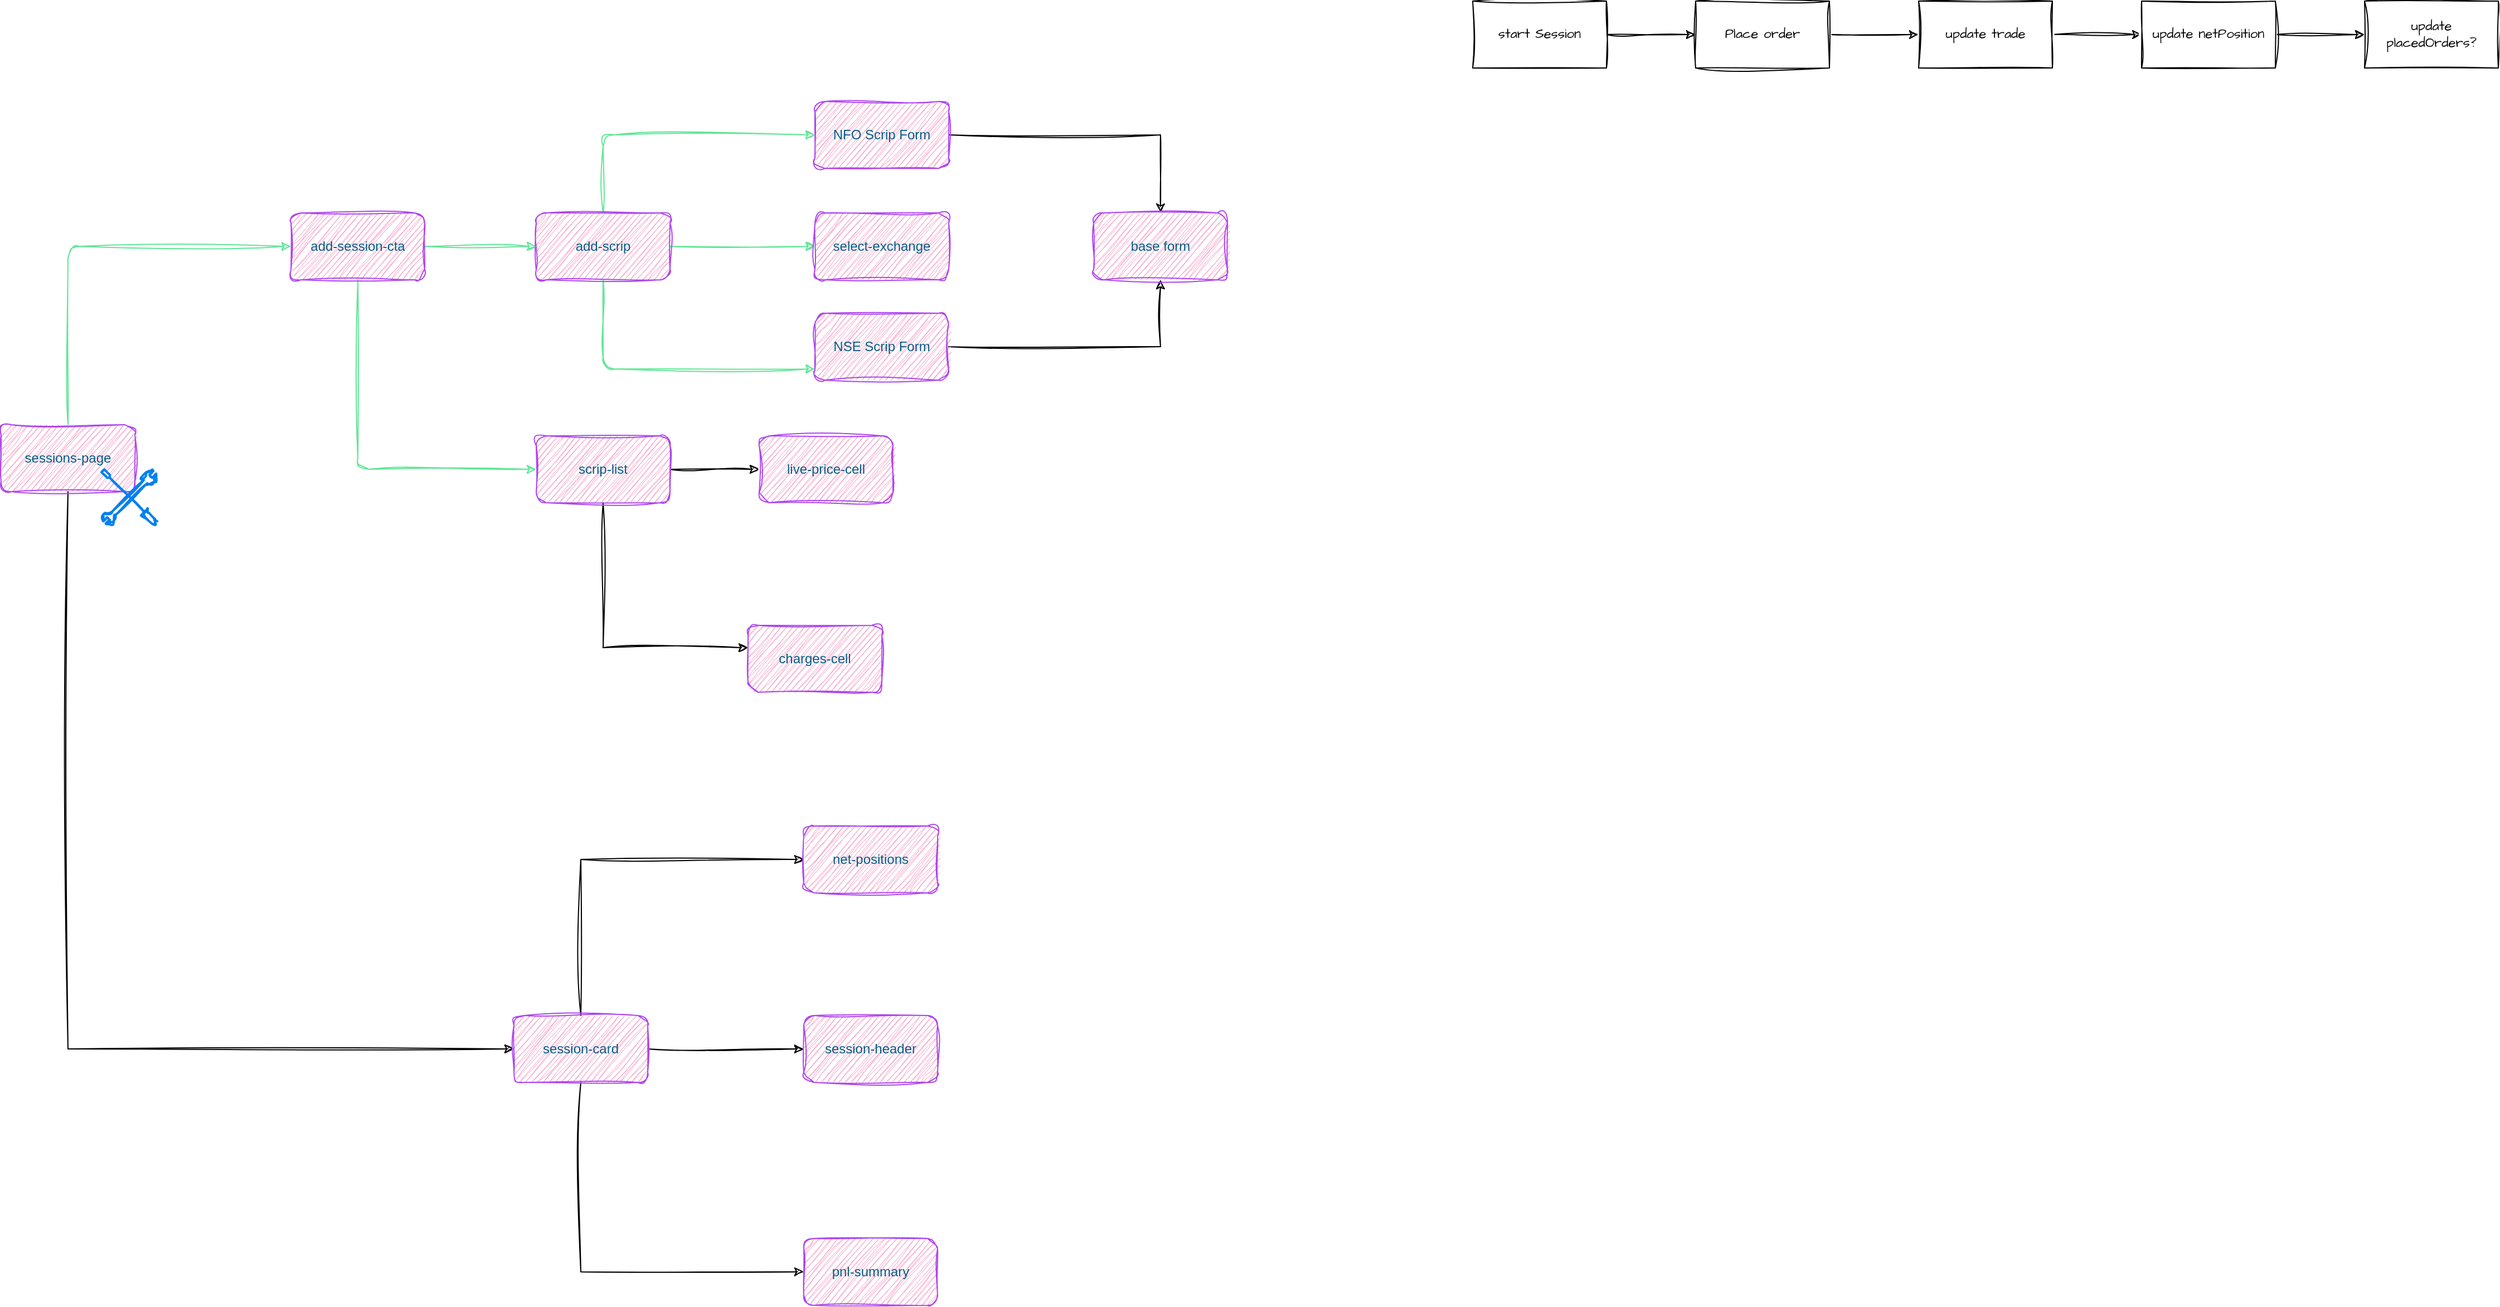
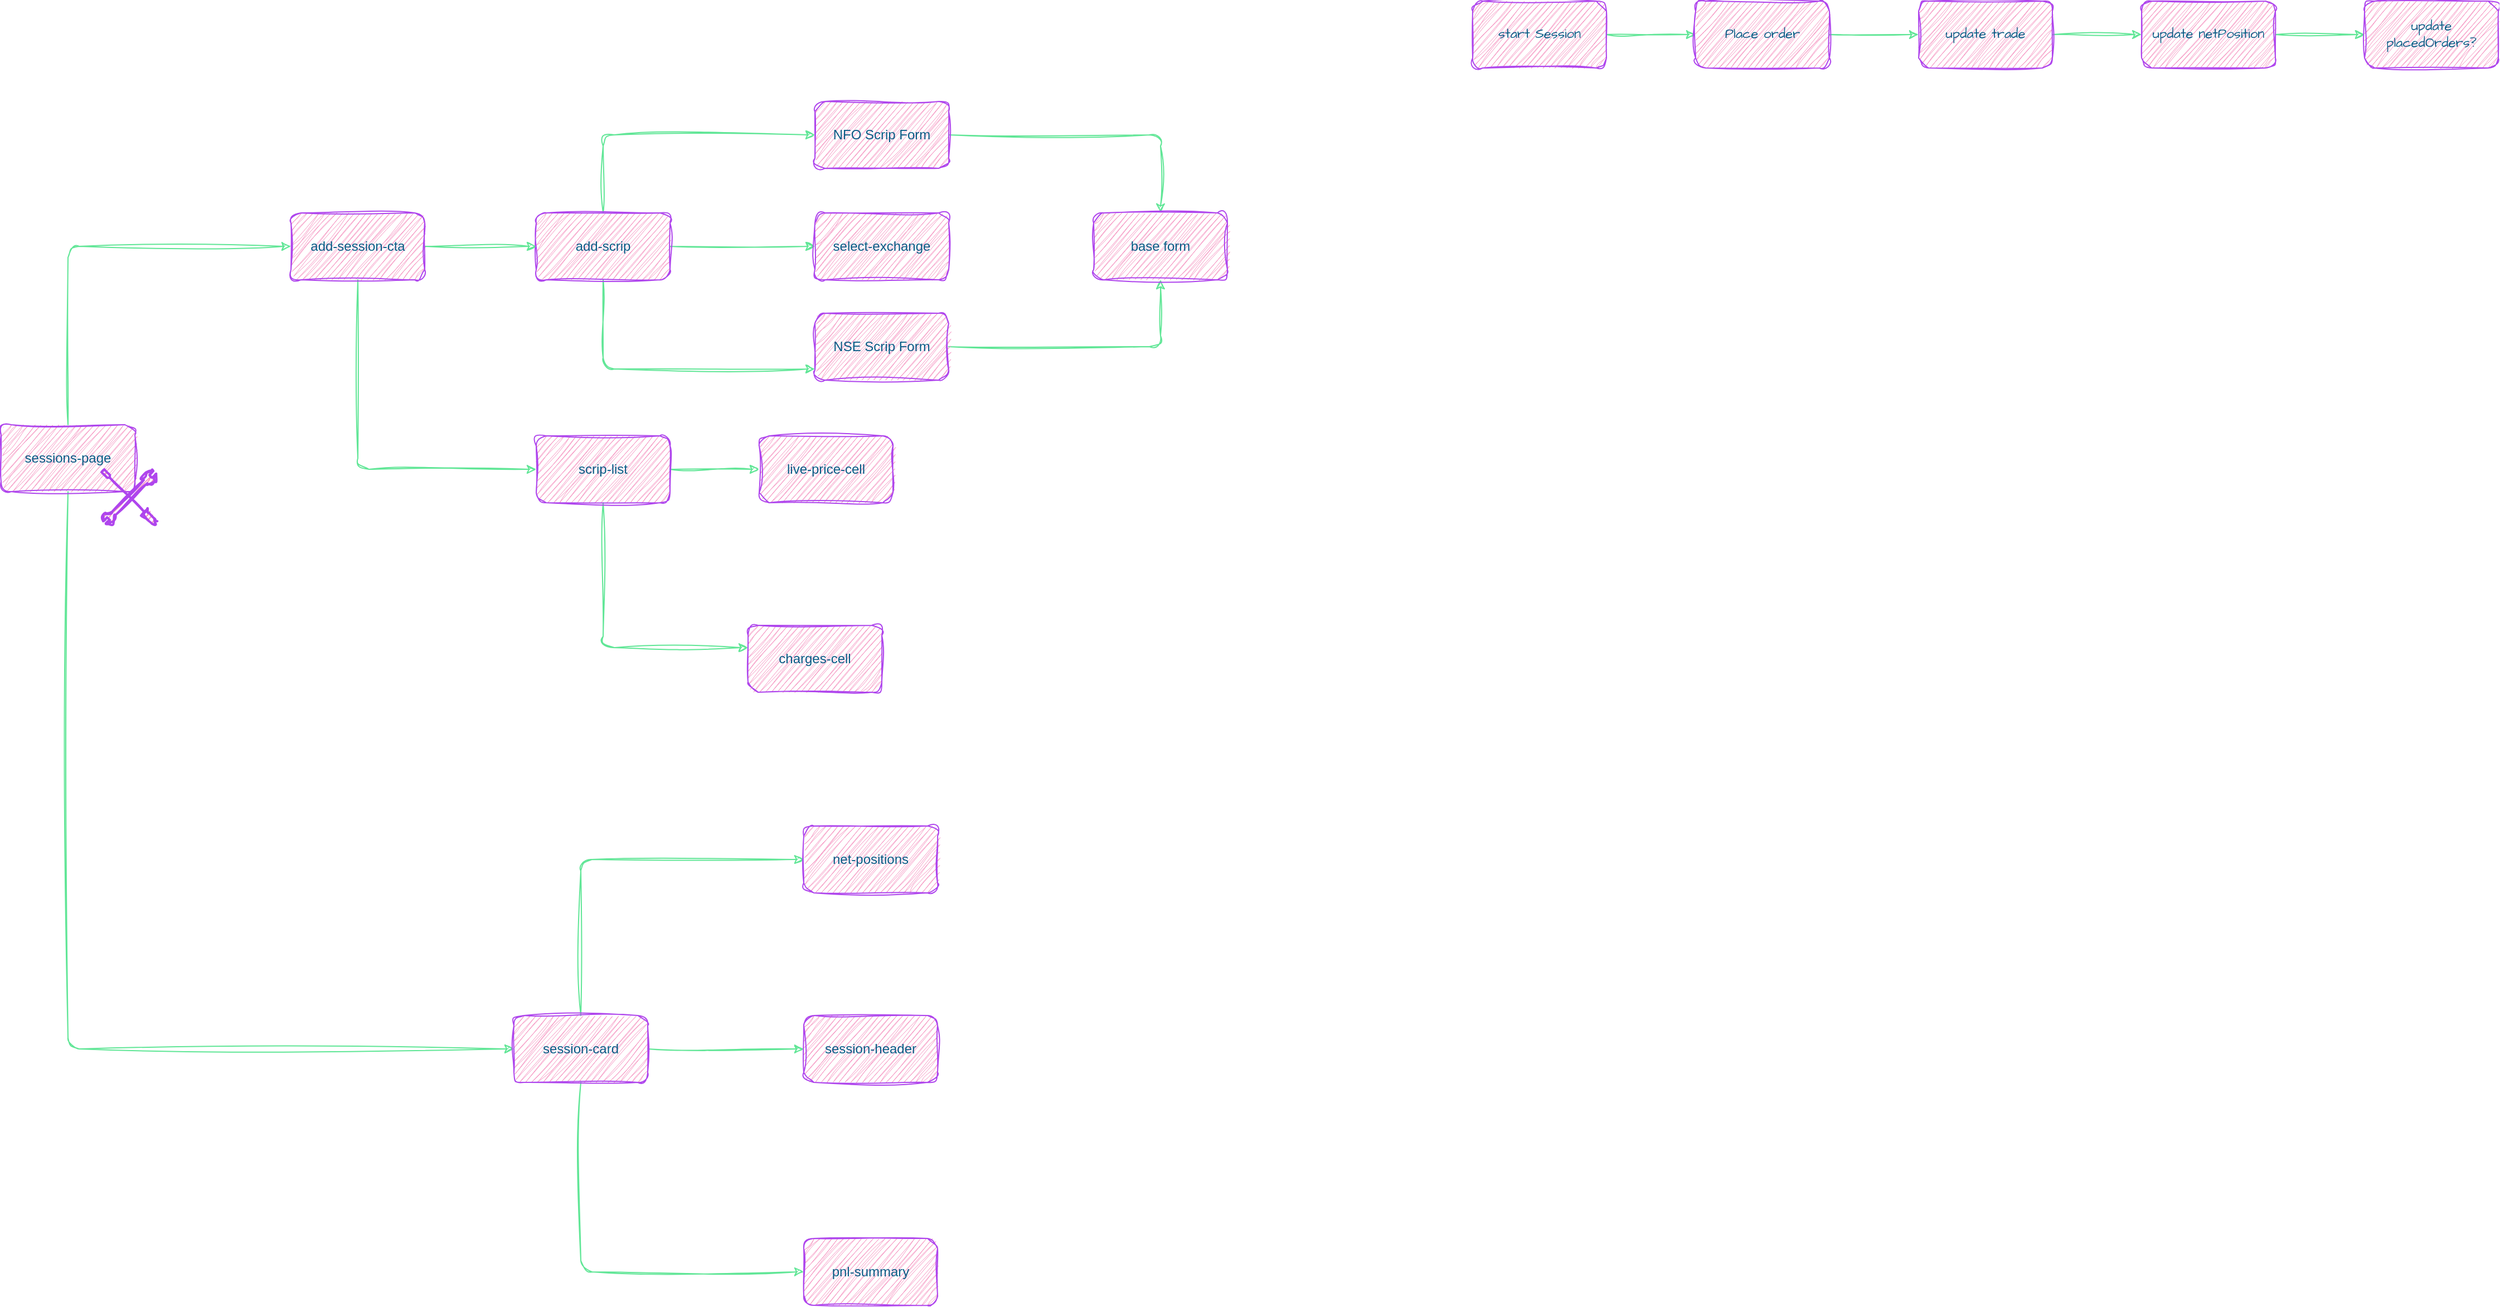
<mxfile host="app.diagrams.net" pages="5">
  <diagram id="wPQbEJP3DVO_ncDqMHqx" name="Sessions Page">
-     <mxGraphModel dx="2975" dy="1538" grid="1" gridSize="10" guides="1" tooltips="1" connect="1" arrows="1" fold="1" page="0" pageScale="1" pageWidth="402" pageHeight="874" math="0" shadow="0">
+     <mxGraphModel dx="1985" dy="1026" grid="1" gridSize="10" guides="1" tooltips="1" connect="1" arrows="1" fold="1" page="0" pageScale="1" pageWidth="402" pageHeight="874" math="0" shadow="0">
      <root>
        <mxCell id="0" />
        <mxCell id="1" parent="0" />
        <mxCell id="DB1AKVm6qyutKQlFYAWD-6" edge="1" parent="1" source="DB1AKVm6qyutKQlFYAWD-1" style="edgeStyle=orthogonalEdgeStyle;rounded=1;orthogonalLoop=1;jettySize=auto;html=1;sketch=1;curveFitting=1;jiggle=2;labelBackgroundColor=none;strokeColor=#60E696;fontColor=default;" target="DB1AKVm6qyutKQlFYAWD-5" value="">
          <mxGeometry relative="1" as="geometry" />
        </mxCell>
        <mxCell id="DB1AKVm6qyutKQlFYAWD-8" edge="1" parent="1" source="DB1AKVm6qyutKQlFYAWD-1" style="edgeStyle=orthogonalEdgeStyle;rounded=1;orthogonalLoop=1;jettySize=auto;html=1;sketch=1;curveFitting=1;jiggle=2;labelBackgroundColor=none;strokeColor=#60E696;fontColor=default;" target="DB1AKVm6qyutKQlFYAWD-7" value="">
          <mxGeometry relative="1" as="geometry">
            <Array as="points">
              <mxPoint x="120" y="270" />
            </Array>
          </mxGeometry>
        </mxCell>
        <mxCell id="DB1AKVm6qyutKQlFYAWD-10" edge="1" parent="1" source="DB1AKVm6qyutKQlFYAWD-1" style="edgeStyle=orthogonalEdgeStyle;rounded=1;orthogonalLoop=1;jettySize=auto;html=1;sketch=1;curveFitting=1;jiggle=2;labelBackgroundColor=none;strokeColor=#60E696;fontColor=default;" target="DB1AKVm6qyutKQlFYAWD-9" value="">
          <mxGeometry relative="1" as="geometry">
            <Array as="points">
              <mxPoint x="120" y="60" />
            </Array>
          </mxGeometry>
        </mxCell>
        <mxCell id="DB1AKVm6qyutKQlFYAWD-1" parent="1" style="rounded=1;whiteSpace=wrap;html=1;sketch=1;curveFitting=1;jiggle=2;labelBackgroundColor=none;fillColor=#F694C1;strokeColor=#AF45ED;fontColor=#095C86;" value="add-scrip" vertex="1">
          <mxGeometry height="60" width="120" x="60" y="130" as="geometry" />
        </mxCell>
        <mxCell id="DB1AKVm6qyutKQlFYAWD-4" edge="1" parent="1" source="DB1AKVm6qyutKQlFYAWD-3" style="edgeStyle=orthogonalEdgeStyle;rounded=1;orthogonalLoop=1;jettySize=auto;html=1;sketch=1;curveFitting=1;jiggle=2;labelBackgroundColor=none;strokeColor=#60E696;fontColor=default;" target="DB1AKVm6qyutKQlFYAWD-1" value="">
          <mxGeometry relative="1" as="geometry" />
        </mxCell>
        <mxCell id="DB1AKVm6qyutKQlFYAWD-12" edge="1" parent="1" source="DB1AKVm6qyutKQlFYAWD-3" style="edgeStyle=orthogonalEdgeStyle;rounded=1;orthogonalLoop=1;jettySize=auto;html=1;sketch=1;curveFitting=1;jiggle=2;labelBackgroundColor=none;strokeColor=#60E696;fontColor=default;" target="DB1AKVm6qyutKQlFYAWD-11" value="">
          <mxGeometry relative="1" as="geometry">
            <Array as="points">
              <mxPoint x="-100" y="360" />
            </Array>
          </mxGeometry>
        </mxCell>
        <mxCell id="DB1AKVm6qyutKQlFYAWD-3" parent="1" style="rounded=1;whiteSpace=wrap;html=1;sketch=1;curveFitting=1;jiggle=2;labelBackgroundColor=none;fillColor=#F694C1;strokeColor=#AF45ED;fontColor=#095C86;" value="add-session-cta" vertex="1">
          <mxGeometry height="60" width="120" x="-160" y="130" as="geometry" />
        </mxCell>
        <mxCell id="DB1AKVm6qyutKQlFYAWD-5" parent="1" style="whiteSpace=wrap;html=1;rounded=1;sketch=1;curveFitting=1;jiggle=2;labelBackgroundColor=none;fillColor=#F694C1;strokeColor=#AF45ED;fontColor=#095C86;" value="select-exchange" vertex="1">
          <mxGeometry height="60" width="120" x="310" y="130" as="geometry" />
        </mxCell>
-         <mxCell id="ouMAoqMrmdJ_XqpmxOQB-3" edge="1" parent="1" source="DB1AKVm6qyutKQlFYAWD-7" style="edgeStyle=orthogonalEdgeStyle;rounded=0;sketch=1;hachureGap=4;jiggle=2;curveFitting=1;orthogonalLoop=1;jettySize=auto;html=1;fontFamily=Architects Daughter;fontSource=https%3A%2F%2Ffonts.googleapis.com%2Fcss%3Ffamily%3DArchitects%2BDaughter;" target="ouMAoqMrmdJ_XqpmxOQB-1">
+         <mxCell id="ouMAoqMrmdJ_XqpmxOQB-3" edge="1" parent="1" source="DB1AKVm6qyutKQlFYAWD-7" style="edgeStyle=orthogonalEdgeStyle;rounded=1;sketch=1;hachureGap=4;jiggle=2;curveFitting=1;orthogonalLoop=1;jettySize=auto;html=1;fontFamily=Architects Daughter;fontSource=https%3A%2F%2Ffonts.googleapis.com%2Fcss%3Ffamily%3DArchitects%2BDaughter;labelBackgroundColor=none;strokeColor=#60E696;fontColor=default;" target="ouMAoqMrmdJ_XqpmxOQB-1">
          <mxGeometry relative="1" as="geometry" />
        </mxCell>
        <mxCell id="DB1AKVm6qyutKQlFYAWD-7" parent="1" style="whiteSpace=wrap;html=1;rounded=1;sketch=1;curveFitting=1;jiggle=2;labelBackgroundColor=none;fillColor=#F694C1;strokeColor=#AF45ED;fontColor=#095C86;" value="NSE Scrip Form" vertex="1">
          <mxGeometry height="60" width="120" x="310" y="220" as="geometry" />
        </mxCell>
-         <mxCell id="ouMAoqMrmdJ_XqpmxOQB-2" edge="1" parent="1" source="DB1AKVm6qyutKQlFYAWD-9" style="edgeStyle=orthogonalEdgeStyle;rounded=0;sketch=1;hachureGap=4;jiggle=2;curveFitting=1;orthogonalLoop=1;jettySize=auto;html=1;fontFamily=Architects Daughter;fontSource=https%3A%2F%2Ffonts.googleapis.com%2Fcss%3Ffamily%3DArchitects%2BDaughter;" target="ouMAoqMrmdJ_XqpmxOQB-1" value="">
+         <mxCell id="ouMAoqMrmdJ_XqpmxOQB-2" edge="1" parent="1" source="DB1AKVm6qyutKQlFYAWD-9" style="edgeStyle=orthogonalEdgeStyle;rounded=1;sketch=1;hachureGap=4;jiggle=2;curveFitting=1;orthogonalLoop=1;jettySize=auto;html=1;fontFamily=Architects Daughter;fontSource=https%3A%2F%2Ffonts.googleapis.com%2Fcss%3Ffamily%3DArchitects%2BDaughter;labelBackgroundColor=none;strokeColor=#60E696;fontColor=default;" target="ouMAoqMrmdJ_XqpmxOQB-1" value="">
          <mxGeometry relative="1" as="geometry" />
        </mxCell>
        <mxCell id="DB1AKVm6qyutKQlFYAWD-9" parent="1" style="whiteSpace=wrap;html=1;rounded=1;sketch=1;curveFitting=1;jiggle=2;labelBackgroundColor=none;fillColor=#F694C1;strokeColor=#AF45ED;fontColor=#095C86;" value="NFO Scrip Form" vertex="1">
          <mxGeometry height="60" width="120" x="310" y="30" as="geometry" />
        </mxCell>
-         <mxCell id="ouMAoqMrmdJ_XqpmxOQB-15" edge="1" parent="1" source="DB1AKVm6qyutKQlFYAWD-11" style="edgeStyle=orthogonalEdgeStyle;rounded=0;sketch=1;hachureGap=4;jiggle=2;curveFitting=1;orthogonalLoop=1;jettySize=auto;html=1;fontFamily=Architects Daughter;fontSource=https%3A%2F%2Ffonts.googleapis.com%2Fcss%3Ffamily%3DArchitects%2BDaughter;" target="ouMAoqMrmdJ_XqpmxOQB-14" value="">
-           <mxGeometry relative="1" as="geometry" />
-         </mxCell>
-         <mxCell id="ouMAoqMrmdJ_XqpmxOQB-17" edge="1" parent="1" source="DB1AKVm6qyutKQlFYAWD-11" style="edgeStyle=orthogonalEdgeStyle;rounded=0;sketch=1;hachureGap=4;jiggle=2;curveFitting=1;orthogonalLoop=1;jettySize=auto;html=1;fontFamily=Architects Daughter;fontSource=https%3A%2F%2Ffonts.googleapis.com%2Fcss%3Ffamily%3DArchitects%2BDaughter;" target="ouMAoqMrmdJ_XqpmxOQB-16" value="">
+         <mxCell id="ouMAoqMrmdJ_XqpmxOQB-15" edge="1" parent="1" source="DB1AKVm6qyutKQlFYAWD-11" style="edgeStyle=orthogonalEdgeStyle;rounded=1;sketch=1;hachureGap=4;jiggle=2;curveFitting=1;orthogonalLoop=1;jettySize=auto;html=1;fontFamily=Architects Daughter;fontSource=https%3A%2F%2Ffonts.googleapis.com%2Fcss%3Ffamily%3DArchitects%2BDaughter;labelBackgroundColor=none;strokeColor=#60E696;fontColor=default;" target="ouMAoqMrmdJ_XqpmxOQB-14" value="">
+           <mxGeometry relative="1" as="geometry" />
+         </mxCell>
+         <mxCell id="ouMAoqMrmdJ_XqpmxOQB-17" edge="1" parent="1" source="DB1AKVm6qyutKQlFYAWD-11" style="edgeStyle=orthogonalEdgeStyle;rounded=1;sketch=1;hachureGap=4;jiggle=2;curveFitting=1;orthogonalLoop=1;jettySize=auto;html=1;fontFamily=Architects Daughter;fontSource=https%3A%2F%2Ffonts.googleapis.com%2Fcss%3Ffamily%3DArchitects%2BDaughter;labelBackgroundColor=none;strokeColor=#60E696;fontColor=default;" target="ouMAoqMrmdJ_XqpmxOQB-16" value="">
          <mxGeometry relative="1" as="geometry">
            <Array as="points">
              <mxPoint x="120" y="520" />
            </Array>
          </mxGeometry>
        </mxCell>
        <mxCell id="DB1AKVm6qyutKQlFYAWD-11" parent="1" style="whiteSpace=wrap;html=1;rounded=1;sketch=1;curveFitting=1;jiggle=2;labelBackgroundColor=none;fillColor=#F694C1;strokeColor=#AF45ED;fontColor=#095C86;" value="scrip-list" vertex="1">
          <mxGeometry height="60" width="120" x="60" y="330" as="geometry" />
        </mxCell>
-         <mxCell id="DB1AKVm6qyutKQlFYAWD-15" edge="1" parent="1" source="DB1AKVm6qyutKQlFYAWD-14" style="edgeStyle=orthogonalEdgeStyle;rounded=1;sketch=1;hachureGap=4;jiggle=2;curveFitting=1;orthogonalLoop=1;jettySize=auto;html=1;entryX=0;entryY=0.5;entryDx=0;entryDy=0;strokeColor=#60E696;fontFamily=Architects Daughter;fontSource=https%3A%2F%2Ffonts.googleapis.com%2Fcss%3Ffamily%3DArchitects%2BDaughter;fontColor=#095C86;fillColor=#F694C1;" target="DB1AKVm6qyutKQlFYAWD-3">
+         <mxCell id="DB1AKVm6qyutKQlFYAWD-15" edge="1" parent="1" source="DB1AKVm6qyutKQlFYAWD-14" style="edgeStyle=orthogonalEdgeStyle;rounded=1;sketch=1;hachureGap=4;jiggle=2;curveFitting=1;orthogonalLoop=1;jettySize=auto;html=1;entryX=0;entryY=0.5;entryDx=0;entryDy=0;strokeColor=#60E696;fontFamily=Architects Daughter;fontSource=https%3A%2F%2Ffonts.googleapis.com%2Fcss%3Ffamily%3DArchitects%2BDaughter;fontColor=default;fillColor=#F694C1;labelBackgroundColor=none;" target="DB1AKVm6qyutKQlFYAWD-3">
          <mxGeometry relative="1" as="geometry">
            <Array as="points">
              <mxPoint x="-360" y="160" />
            </Array>
          </mxGeometry>
        </mxCell>
-         <mxCell id="ouMAoqMrmdJ_XqpmxOQB-28" edge="1" parent="1" source="DB1AKVm6qyutKQlFYAWD-14" style="edgeStyle=orthogonalEdgeStyle;rounded=0;sketch=1;hachureGap=4;jiggle=2;curveFitting=1;orthogonalLoop=1;jettySize=auto;html=1;entryX=0;entryY=0.5;entryDx=0;entryDy=0;fontFamily=Architects Daughter;fontSource=https%3A%2F%2Ffonts.googleapis.com%2Fcss%3Ffamily%3DArchitects%2BDaughter;" target="ouMAoqMrmdJ_XqpmxOQB-19">
+         <mxCell id="ouMAoqMrmdJ_XqpmxOQB-28" edge="1" parent="1" source="DB1AKVm6qyutKQlFYAWD-14" style="edgeStyle=orthogonalEdgeStyle;rounded=1;sketch=1;hachureGap=4;jiggle=2;curveFitting=1;orthogonalLoop=1;jettySize=auto;html=1;entryX=0;entryY=0.5;entryDx=0;entryDy=0;fontFamily=Architects Daughter;fontSource=https%3A%2F%2Ffonts.googleapis.com%2Fcss%3Ffamily%3DArchitects%2BDaughter;labelBackgroundColor=none;strokeColor=#60E696;fontColor=default;" target="ouMAoqMrmdJ_XqpmxOQB-19">
          <mxGeometry relative="1" as="geometry">
            <Array as="points">
              <mxPoint x="-360" y="880" />
            </Array>
          </mxGeometry>
        </mxCell>
        <mxCell id="DB1AKVm6qyutKQlFYAWD-14" parent="1" style="rounded=1;whiteSpace=wrap;html=1;sketch=1;curveFitting=1;jiggle=2;labelBackgroundColor=none;fillColor=#F694C1;strokeColor=#AF45ED;fontColor=#095C86;" value="sessions-page" vertex="1">
          <mxGeometry height="60" width="120" x="-420" y="320" as="geometry" />
        </mxCell>
        <mxCell id="ouMAoqMrmdJ_XqpmxOQB-1" parent="1" style="whiteSpace=wrap;html=1;fillColor=#F694C1;strokeColor=#AF45ED;fontColor=#095C86;rounded=1;sketch=1;curveFitting=1;jiggle=2;labelBackgroundColor=none;" value="base form" vertex="1">
          <mxGeometry height="60" width="120" x="560" y="130" as="geometry" />
        </mxCell>
-         <mxCell id="ouMAoqMrmdJ_XqpmxOQB-6" edge="1" parent="1" source="ouMAoqMrmdJ_XqpmxOQB-4" style="edgeStyle=orthogonalEdgeStyle;rounded=0;sketch=1;hachureGap=4;jiggle=2;curveFitting=1;orthogonalLoop=1;jettySize=auto;html=1;fontFamily=Architects Daughter;fontSource=https%3A%2F%2Ffonts.googleapis.com%2Fcss%3Ffamily%3DArchitects%2BDaughter;" target="ouMAoqMrmdJ_XqpmxOQB-5" value="">
-           <mxGeometry relative="1" as="geometry" />
-         </mxCell>
-         <mxCell id="ouMAoqMrmdJ_XqpmxOQB-4" parent="1" style="whiteSpace=wrap;html=1;sketch=1;hachureGap=4;jiggle=2;curveFitting=1;fontFamily=Architects Daughter;fontSource=https%3A%2F%2Ffonts.googleapis.com%2Fcss%3Ffamily%3DArchitects%2BDaughter;" value="start Session" vertex="1">
+         <mxCell id="ouMAoqMrmdJ_XqpmxOQB-6" edge="1" parent="1" source="ouMAoqMrmdJ_XqpmxOQB-4" style="edgeStyle=orthogonalEdgeStyle;rounded=1;sketch=1;hachureGap=4;jiggle=2;curveFitting=1;orthogonalLoop=1;jettySize=auto;html=1;fontFamily=Architects Daughter;fontSource=https%3A%2F%2Ffonts.googleapis.com%2Fcss%3Ffamily%3DArchitects%2BDaughter;labelBackgroundColor=none;strokeColor=#60E696;fontColor=default;" target="ouMAoqMrmdJ_XqpmxOQB-5" value="">
+           <mxGeometry relative="1" as="geometry" />
+         </mxCell>
+         <mxCell id="ouMAoqMrmdJ_XqpmxOQB-4" parent="1" style="whiteSpace=wrap;html=1;sketch=1;hachureGap=4;jiggle=2;curveFitting=1;fontFamily=Architects Daughter;fontSource=https%3A%2F%2Ffonts.googleapis.com%2Fcss%3Ffamily%3DArchitects%2BDaughter;labelBackgroundColor=none;fillColor=#F694C1;strokeColor=#AF45ED;fontColor=#095C86;rounded=1;" value="start Session" vertex="1">
          <mxGeometry height="60" width="120" x="900" y="-60" as="geometry" />
        </mxCell>
-         <mxCell id="ouMAoqMrmdJ_XqpmxOQB-8" edge="1" parent="1" source="ouMAoqMrmdJ_XqpmxOQB-5" style="edgeStyle=orthogonalEdgeStyle;rounded=0;sketch=1;hachureGap=4;jiggle=2;curveFitting=1;orthogonalLoop=1;jettySize=auto;html=1;fontFamily=Architects Daughter;fontSource=https%3A%2F%2Ffonts.googleapis.com%2Fcss%3Ffamily%3DArchitects%2BDaughter;" target="ouMAoqMrmdJ_XqpmxOQB-7" value="">
-           <mxGeometry relative="1" as="geometry" />
-         </mxCell>
-         <mxCell id="ouMAoqMrmdJ_XqpmxOQB-5" parent="1" style="whiteSpace=wrap;html=1;fontFamily=Architects Daughter;sketch=1;hachureGap=4;jiggle=2;curveFitting=1;fontSource=https%3A%2F%2Ffonts.googleapis.com%2Fcss%3Ffamily%3DArchitects%2BDaughter;" value="Place order" vertex="1">
+         <mxCell id="ouMAoqMrmdJ_XqpmxOQB-8" edge="1" parent="1" source="ouMAoqMrmdJ_XqpmxOQB-5" style="edgeStyle=orthogonalEdgeStyle;rounded=1;sketch=1;hachureGap=4;jiggle=2;curveFitting=1;orthogonalLoop=1;jettySize=auto;html=1;fontFamily=Architects Daughter;fontSource=https%3A%2F%2Ffonts.googleapis.com%2Fcss%3Ffamily%3DArchitects%2BDaughter;labelBackgroundColor=none;strokeColor=#60E696;fontColor=default;" target="ouMAoqMrmdJ_XqpmxOQB-7" value="">
+           <mxGeometry relative="1" as="geometry" />
+         </mxCell>
+         <mxCell id="ouMAoqMrmdJ_XqpmxOQB-5" parent="1" style="whiteSpace=wrap;html=1;fontFamily=Architects Daughter;sketch=1;hachureGap=4;jiggle=2;curveFitting=1;fontSource=https%3A%2F%2Ffonts.googleapis.com%2Fcss%3Ffamily%3DArchitects%2BDaughter;labelBackgroundColor=none;fillColor=#F694C1;strokeColor=#AF45ED;fontColor=#095C86;rounded=1;" value="Place order" vertex="1">
          <mxGeometry height="60" width="120" x="1100" y="-60" as="geometry" />
        </mxCell>
-         <mxCell id="ouMAoqMrmdJ_XqpmxOQB-10" edge="1" parent="1" source="ouMAoqMrmdJ_XqpmxOQB-7" style="edgeStyle=orthogonalEdgeStyle;rounded=0;sketch=1;hachureGap=4;jiggle=2;curveFitting=1;orthogonalLoop=1;jettySize=auto;html=1;fontFamily=Architects Daughter;fontSource=https%3A%2F%2Ffonts.googleapis.com%2Fcss%3Ffamily%3DArchitects%2BDaughter;" target="ouMAoqMrmdJ_XqpmxOQB-9" value="">
-           <mxGeometry relative="1" as="geometry" />
-         </mxCell>
-         <mxCell id="ouMAoqMrmdJ_XqpmxOQB-7" parent="1" style="whiteSpace=wrap;html=1;fontFamily=Architects Daughter;sketch=1;hachureGap=4;jiggle=2;curveFitting=1;fontSource=https%3A%2F%2Ffonts.googleapis.com%2Fcss%3Ffamily%3DArchitects%2BDaughter;" value="update trade" vertex="1">
+         <mxCell id="ouMAoqMrmdJ_XqpmxOQB-10" edge="1" parent="1" source="ouMAoqMrmdJ_XqpmxOQB-7" style="edgeStyle=orthogonalEdgeStyle;rounded=1;sketch=1;hachureGap=4;jiggle=2;curveFitting=1;orthogonalLoop=1;jettySize=auto;html=1;fontFamily=Architects Daughter;fontSource=https%3A%2F%2Ffonts.googleapis.com%2Fcss%3Ffamily%3DArchitects%2BDaughter;labelBackgroundColor=none;strokeColor=#60E696;fontColor=default;" target="ouMAoqMrmdJ_XqpmxOQB-9" value="">
+           <mxGeometry relative="1" as="geometry" />
+         </mxCell>
+         <mxCell id="ouMAoqMrmdJ_XqpmxOQB-7" parent="1" style="whiteSpace=wrap;html=1;fontFamily=Architects Daughter;sketch=1;hachureGap=4;jiggle=2;curveFitting=1;fontSource=https%3A%2F%2Ffonts.googleapis.com%2Fcss%3Ffamily%3DArchitects%2BDaughter;labelBackgroundColor=none;fillColor=#F694C1;strokeColor=#AF45ED;fontColor=#095C86;rounded=1;" value="update trade" vertex="1">
          <mxGeometry height="60" width="120" x="1300" y="-60" as="geometry" />
        </mxCell>
-         <mxCell id="ouMAoqMrmdJ_XqpmxOQB-12" edge="1" parent="1" source="ouMAoqMrmdJ_XqpmxOQB-9" style="edgeStyle=orthogonalEdgeStyle;rounded=0;sketch=1;hachureGap=4;jiggle=2;curveFitting=1;orthogonalLoop=1;jettySize=auto;html=1;fontFamily=Architects Daughter;fontSource=https%3A%2F%2Ffonts.googleapis.com%2Fcss%3Ffamily%3DArchitects%2BDaughter;" target="ouMAoqMrmdJ_XqpmxOQB-11" value="">
-           <mxGeometry relative="1" as="geometry" />
-         </mxCell>
-         <mxCell id="ouMAoqMrmdJ_XqpmxOQB-9" parent="1" style="whiteSpace=wrap;html=1;fontFamily=Architects Daughter;sketch=1;hachureGap=4;jiggle=2;curveFitting=1;fontSource=https%3A%2F%2Ffonts.googleapis.com%2Fcss%3Ffamily%3DArchitects%2BDaughter;" value="update netPosition" vertex="1">
+         <mxCell id="ouMAoqMrmdJ_XqpmxOQB-12" edge="1" parent="1" source="ouMAoqMrmdJ_XqpmxOQB-9" style="edgeStyle=orthogonalEdgeStyle;rounded=1;sketch=1;hachureGap=4;jiggle=2;curveFitting=1;orthogonalLoop=1;jettySize=auto;html=1;fontFamily=Architects Daughter;fontSource=https%3A%2F%2Ffonts.googleapis.com%2Fcss%3Ffamily%3DArchitects%2BDaughter;labelBackgroundColor=none;strokeColor=#60E696;fontColor=default;" target="ouMAoqMrmdJ_XqpmxOQB-11" value="">
+           <mxGeometry relative="1" as="geometry" />
+         </mxCell>
+         <mxCell id="ouMAoqMrmdJ_XqpmxOQB-9" parent="1" style="whiteSpace=wrap;html=1;fontFamily=Architects Daughter;sketch=1;hachureGap=4;jiggle=2;curveFitting=1;fontSource=https%3A%2F%2Ffonts.googleapis.com%2Fcss%3Ffamily%3DArchitects%2BDaughter;labelBackgroundColor=none;fillColor=#F694C1;strokeColor=#AF45ED;fontColor=#095C86;rounded=1;" value="update netPosition" vertex="1">
          <mxGeometry height="60" width="120" x="1500" y="-60" as="geometry" />
        </mxCell>
-         <mxCell id="ouMAoqMrmdJ_XqpmxOQB-11" parent="1" style="whiteSpace=wrap;html=1;fontFamily=Architects Daughter;sketch=1;hachureGap=4;jiggle=2;curveFitting=1;fontSource=https%3A%2F%2Ffonts.googleapis.com%2Fcss%3Ffamily%3DArchitects%2BDaughter;" value="update placedOrders?" vertex="1">
+         <mxCell id="ouMAoqMrmdJ_XqpmxOQB-11" parent="1" style="whiteSpace=wrap;html=1;fontFamily=Architects Daughter;sketch=1;hachureGap=4;jiggle=2;curveFitting=1;fontSource=https%3A%2F%2Ffonts.googleapis.com%2Fcss%3Ffamily%3DArchitects%2BDaughter;labelBackgroundColor=none;fillColor=#F694C1;strokeColor=#AF45ED;fontColor=#095C86;rounded=1;" value="update placedOrders?" vertex="1">
          <mxGeometry height="60" width="120" x="1700" y="-60" as="geometry" />
        </mxCell>
-         <mxCell id="ouMAoqMrmdJ_XqpmxOQB-13" parent="1" style="html=1;verticalLabelPosition=bottom;align=center;labelBackgroundColor=#ffffff;verticalAlign=top;strokeWidth=2;strokeColor=#0080F0;shadow=0;dashed=0;shape=mxgraph.ios7.icons.tools;pointerEvents=1;sketch=1;hachureGap=4;jiggle=2;curveFitting=1;fontFamily=Architects Daughter;fontSource=https%3A%2F%2Ffonts.googleapis.com%2Fcss%3Ffamily%3DArchitects%2BDaughter;" value="" vertex="1">
+         <mxCell id="ouMAoqMrmdJ_XqpmxOQB-13" parent="1" style="html=1;verticalLabelPosition=bottom;align=center;labelBackgroundColor=none;verticalAlign=top;strokeWidth=2;strokeColor=#AF45ED;shadow=0;dashed=0;shape=mxgraph.ios7.icons.tools;pointerEvents=1;sketch=1;hachureGap=4;jiggle=2;curveFitting=1;fontFamily=Architects Daughter;fontSource=https%3A%2F%2Ffonts.googleapis.com%2Fcss%3Ffamily%3DArchitects%2BDaughter;fillColor=#F694C1;fontColor=#095C86;rounded=1;" value="" vertex="1">
          <mxGeometry height="50" width="50" x="-330" y="360" as="geometry" />
        </mxCell>
        <mxCell id="ouMAoqMrmdJ_XqpmxOQB-14" parent="1" style="whiteSpace=wrap;html=1;fillColor=#F694C1;strokeColor=#AF45ED;fontColor=#095C86;rounded=1;sketch=1;curveFitting=1;jiggle=2;labelBackgroundColor=none;" value="live-price-cell" vertex="1">
          <mxGeometry height="60" width="120" x="260" y="330" as="geometry" />
        </mxCell>
        <mxCell id="ouMAoqMrmdJ_XqpmxOQB-16" parent="1" style="whiteSpace=wrap;html=1;fillColor=#F694C1;strokeColor=#AF45ED;fontColor=#095C86;rounded=1;sketch=1;curveFitting=1;jiggle=2;labelBackgroundColor=none;" value="charges-cell" vertex="1">
          <mxGeometry height="60" width="120" x="250" y="500" as="geometry" />
        </mxCell>
-         <mxCell id="ouMAoqMrmdJ_XqpmxOQB-22" edge="1" parent="1" source="ouMAoqMrmdJ_XqpmxOQB-19" style="edgeStyle=orthogonalEdgeStyle;rounded=0;sketch=1;hachureGap=4;jiggle=2;curveFitting=1;orthogonalLoop=1;jettySize=auto;html=1;fontFamily=Architects Daughter;fontSource=https%3A%2F%2Ffonts.googleapis.com%2Fcss%3Ffamily%3DArchitects%2BDaughter;" target="ouMAoqMrmdJ_XqpmxOQB-21" value="">
-           <mxGeometry relative="1" as="geometry" />
-         </mxCell>
-         <mxCell id="ouMAoqMrmdJ_XqpmxOQB-25" edge="1" parent="1" source="ouMAoqMrmdJ_XqpmxOQB-19" style="edgeStyle=orthogonalEdgeStyle;rounded=0;sketch=1;hachureGap=4;jiggle=2;curveFitting=1;orthogonalLoop=1;jettySize=auto;html=1;entryX=0;entryY=0.5;entryDx=0;entryDy=0;fontFamily=Architects Daughter;fontSource=https%3A%2F%2Ffonts.googleapis.com%2Fcss%3Ffamily%3DArchitects%2BDaughter;" target="ouMAoqMrmdJ_XqpmxOQB-23">
+         <mxCell id="ouMAoqMrmdJ_XqpmxOQB-22" edge="1" parent="1" source="ouMAoqMrmdJ_XqpmxOQB-19" style="edgeStyle=orthogonalEdgeStyle;rounded=1;sketch=1;hachureGap=4;jiggle=2;curveFitting=1;orthogonalLoop=1;jettySize=auto;html=1;fontFamily=Architects Daughter;fontSource=https%3A%2F%2Ffonts.googleapis.com%2Fcss%3Ffamily%3DArchitects%2BDaughter;labelBackgroundColor=none;strokeColor=#60E696;fontColor=default;" target="ouMAoqMrmdJ_XqpmxOQB-21" value="">
+           <mxGeometry relative="1" as="geometry" />
+         </mxCell>
+         <mxCell id="ouMAoqMrmdJ_XqpmxOQB-25" edge="1" parent="1" source="ouMAoqMrmdJ_XqpmxOQB-19" style="edgeStyle=orthogonalEdgeStyle;rounded=1;sketch=1;hachureGap=4;jiggle=2;curveFitting=1;orthogonalLoop=1;jettySize=auto;html=1;entryX=0;entryY=0.5;entryDx=0;entryDy=0;fontFamily=Architects Daughter;fontSource=https%3A%2F%2Ffonts.googleapis.com%2Fcss%3Ffamily%3DArchitects%2BDaughter;labelBackgroundColor=none;strokeColor=#60E696;fontColor=default;" target="ouMAoqMrmdJ_XqpmxOQB-23">
          <mxGeometry relative="1" as="geometry">
            <Array as="points">
              <mxPoint x="100" y="710" />
            </Array>
          </mxGeometry>
        </mxCell>
-         <mxCell id="ouMAoqMrmdJ_XqpmxOQB-27" edge="1" parent="1" source="ouMAoqMrmdJ_XqpmxOQB-19" style="edgeStyle=orthogonalEdgeStyle;rounded=0;sketch=1;hachureGap=4;jiggle=2;curveFitting=1;orthogonalLoop=1;jettySize=auto;html=1;fontFamily=Architects Daughter;fontSource=https%3A%2F%2Ffonts.googleapis.com%2Fcss%3Ffamily%3DArchitects%2BDaughter;" target="ouMAoqMrmdJ_XqpmxOQB-26" value="">
+         <mxCell id="ouMAoqMrmdJ_XqpmxOQB-27" edge="1" parent="1" source="ouMAoqMrmdJ_XqpmxOQB-19" style="edgeStyle=orthogonalEdgeStyle;rounded=1;sketch=1;hachureGap=4;jiggle=2;curveFitting=1;orthogonalLoop=1;jettySize=auto;html=1;fontFamily=Architects Daughter;fontSource=https%3A%2F%2Ffonts.googleapis.com%2Fcss%3Ffamily%3DArchitects%2BDaughter;labelBackgroundColor=none;strokeColor=#60E696;fontColor=default;" target="ouMAoqMrmdJ_XqpmxOQB-26" value="">
          <mxGeometry relative="1" as="geometry">
            <Array as="points">
              <mxPoint x="100" y="1080" />
            </Array>
          </mxGeometry>
        </mxCell>
        <mxCell id="ouMAoqMrmdJ_XqpmxOQB-19" parent="1" style="whiteSpace=wrap;html=1;fillColor=#F694C1;strokeColor=#AF45ED;fontColor=#095C86;rounded=1;sketch=1;curveFitting=1;jiggle=2;labelBackgroundColor=none;" value="session-card" vertex="1">
          <mxGeometry height="60" width="120" x="40" y="850" as="geometry" />
        </mxCell>
        <mxCell id="ouMAoqMrmdJ_XqpmxOQB-21" parent="1" style="whiteSpace=wrap;html=1;fillColor=#F694C1;strokeColor=#AF45ED;fontColor=#095C86;rounded=1;sketch=1;curveFitting=1;jiggle=2;labelBackgroundColor=none;" value="session-header" vertex="1">
          <mxGeometry height="60" width="120" x="300" y="850" as="geometry" />
        </mxCell>
        <mxCell id="ouMAoqMrmdJ_XqpmxOQB-23" parent="1" style="whiteSpace=wrap;html=1;fillColor=#F694C1;strokeColor=#AF45ED;fontColor=#095C86;rounded=1;sketch=1;curveFitting=1;jiggle=2;labelBackgroundColor=none;" value="net-positions" vertex="1">
          <mxGeometry height="60" width="120" x="300" y="680" as="geometry" />
        </mxCell>
        <mxCell id="ouMAoqMrmdJ_XqpmxOQB-26" parent="1" style="whiteSpace=wrap;html=1;fillColor=#F694C1;strokeColor=#AF45ED;fontColor=#095C86;rounded=1;sketch=1;curveFitting=1;jiggle=2;labelBackgroundColor=none;" value="pnl-summary" vertex="1">
          <mxGeometry height="60" width="120" x="300" y="1050" as="geometry" />
        </mxCell>
      </root>
    </mxGraphModel>
  </diagram>
  <diagram id="YVkBlKKJ4RNEtawBKbZk" name="Session">
    <mxGraphModel dx="1357" dy="626" grid="1" gridSize="10" guides="1" tooltips="1" connect="1" arrows="1" fold="1" page="0" pageScale="1" pageWidth="402" pageHeight="874" math="0" shadow="0">
      <root>
        <mxCell id="0" />
        <mxCell id="1" parent="0" />
        <mxCell id="b8iQl_XISdQ6rZ6kNcMQ-3" edge="1" parent="1" source="b8iQl_XISdQ6rZ6kNcMQ-1" style="edgeStyle=orthogonalEdgeStyle;rounded=0;orthogonalLoop=1;jettySize=auto;html=1;" target="b8iQl_XISdQ6rZ6kNcMQ-2" value="">
          <mxGeometry relative="1" as="geometry" />
        </mxCell>
        <mxCell id="b8iQl_XISdQ6rZ6kNcMQ-1" parent="1" style="rounded=1;whiteSpace=wrap;html=1;" value="start session" vertex="1">
          <mxGeometry height="60" width="120" x="-200" y="80" as="geometry" />
        </mxCell>
        <mxCell id="b8iQl_XISdQ6rZ6kNcMQ-5" edge="1" parent="1" source="b8iQl_XISdQ6rZ6kNcMQ-2" style="edgeStyle=orthogonalEdgeStyle;rounded=0;orthogonalLoop=1;jettySize=auto;html=1;" target="b8iQl_XISdQ6rZ6kNcMQ-4" value="">
          <mxGeometry relative="1" as="geometry" />
        </mxCell>
        <mxCell id="b8iQl_XISdQ6rZ6kNcMQ-2" parent="1" style="whiteSpace=wrap;html=1;rounded=1;" value="place orders&amp;nbsp;&lt;br&gt;(all or none)" vertex="1">
          <mxGeometry height="60" width="120" y="80" as="geometry" />
        </mxCell>
        <mxCell id="b8iQl_XISdQ6rZ6kNcMQ-7" edge="1" parent="1" source="b8iQl_XISdQ6rZ6kNcMQ-4" style="edgeStyle=orthogonalEdgeStyle;rounded=0;orthogonalLoop=1;jettySize=auto;html=1;" target="b8iQl_XISdQ6rZ6kNcMQ-6" value="">
          <mxGeometry relative="1" as="geometry" />
        </mxCell>
        <mxCell id="b8iQl_XISdQ6rZ6kNcMQ-4" parent="1" style="whiteSpace=wrap;html=1;rounded=1;" value="update margins" vertex="1">
          <mxGeometry height="60" width="120" x="200" y="80" as="geometry" />
        </mxCell>
        <mxCell id="b8iQl_XISdQ6rZ6kNcMQ-6" parent="1" style="whiteSpace=wrap;html=1;rounded=1;" value="create session" vertex="1">
          <mxGeometry height="60" width="120" x="200" y="200" as="geometry" />
        </mxCell>
        <mxCell id="b8iQl_XISdQ6rZ6kNcMQ-8" parent="1" style="rounded=1;whiteSpace=wrap;html=1;fillColor=#fff2cc;strokeColor=#d6b656;" value="firebase" vertex="1">
          <mxGeometry height="40" width="80" x="300" y="190" as="geometry" />
        </mxCell>
        <mxCell id="b8iQl_XISdQ6rZ6kNcMQ-9" parent="1" style="rounded=1;whiteSpace=wrap;html=1;fillColor=#fff2cc;strokeColor=#d6b656;" value="kite" vertex="1">
          <mxGeometry height="40" width="80" x="80" y="50" as="geometry" />
        </mxCell>
        <mxCell id="b8iQl_XISdQ6rZ6kNcMQ-10" parent="1" style="rounded=1;whiteSpace=wrap;html=1;fillColor=#fff2cc;strokeColor=#d6b656;" value="firebase" vertex="1">
          <mxGeometry height="40" width="80" x="290" y="60" as="geometry" />
        </mxCell>
      </root>
    </mxGraphModel>
  </diagram>
  <diagram id="4KjMPYYtLXdBkkJX1B08" name="Auth">
    <mxGraphModel dx="1276" dy="835" grid="0" gridSize="10" guides="1" tooltips="1" connect="1" arrows="1" fold="1" page="0" pageScale="1" pageWidth="402" pageHeight="874" math="0" shadow="0">
      <root>
        <mxCell id="0" />
        <mxCell id="1" parent="0" />
        <mxCell id="pPH6oVQiPgVcm9OUePWL-3" edge="1" parent="1" source="pPH6oVQiPgVcm9OUePWL-1" style="edgeStyle=orthogonalEdgeStyle;rounded=0;orthogonalLoop=1;jettySize=auto;html=1;" target="pPH6oVQiPgVcm9OUePWL-2" value="">
          <mxGeometry relative="1" as="geometry" />
        </mxCell>
        <mxCell id="pPH6oVQiPgVcm9OUePWL-1" parent="1" style="rounded=1;whiteSpace=wrap;html=1;" value="User clicks &quot;Login&quot; Button" vertex="1">
          <mxGeometry height="60" width="120" x="23" y="101" as="geometry" />
        </mxCell>
        <mxCell id="pPH6oVQiPgVcm9OUePWL-5" edge="1" parent="1" source="pPH6oVQiPgVcm9OUePWL-2" style="edgeStyle=orthogonalEdgeStyle;rounded=0;orthogonalLoop=1;jettySize=auto;html=1;" target="pPH6oVQiPgVcm9OUePWL-4" value="">
          <mxGeometry relative="1" as="geometry" />
        </mxCell>
        <mxCell id="pPH6oVQiPgVcm9OUePWL-2" parent="1" style="whiteSpace=wrap;html=1;rounded=1;" value="Open the Login URL" vertex="1">
          <mxGeometry height="60" width="120" x="223" y="101" as="geometry" />
        </mxCell>
        <mxCell id="pPH6oVQiPgVcm9OUePWL-7" edge="1" parent="1" source="pPH6oVQiPgVcm9OUePWL-4" style="edgeStyle=orthogonalEdgeStyle;rounded=0;orthogonalLoop=1;jettySize=auto;html=1;" target="pPH6oVQiPgVcm9OUePWL-6" value="">
          <mxGeometry relative="1" as="geometry" />
        </mxCell>
        <mxCell id="pPH6oVQiPgVcm9OUePWL-4" parent="1" style="whiteSpace=wrap;html=1;rounded=1;" value="User logins to Zerodha" vertex="1">
          <mxGeometry height="60" width="120" x="423" y="101" as="geometry" />
        </mxCell>
        <mxCell id="pPH6oVQiPgVcm9OUePWL-9" edge="1" parent="1" source="pPH6oVQiPgVcm9OUePWL-6" style="edgeStyle=orthogonalEdgeStyle;rounded=0;orthogonalLoop=1;jettySize=auto;html=1;" target="pPH6oVQiPgVcm9OUePWL-8" value="">
          <mxGeometry relative="1" as="geometry" />
        </mxCell>
        <mxCell id="pPH6oVQiPgVcm9OUePWL-6" parent="1" style="whiteSpace=wrap;html=1;rounded=1;" value="Redirected to callback URL with request_token&lt;br&gt;&lt;b&gt;http://localhost:3000/api/auth/kite/callback&lt;/b&gt;" vertex="1">
          <mxGeometry height="60" width="262" x="352" y="244" as="geometry" />
        </mxCell>
        <mxCell id="pPH6oVQiPgVcm9OUePWL-13" edge="1" parent="1" source="pPH6oVQiPgVcm9OUePWL-8" style="edgeStyle=orthogonalEdgeStyle;rounded=0;orthogonalLoop=1;jettySize=auto;html=1;" target="pPH6oVQiPgVcm9OUePWL-12" value="">
          <mxGeometry relative="1" as="geometry" />
        </mxCell>
        <mxCell id="pPH6oVQiPgVcm9OUePWL-8" parent="1" style="whiteSpace=wrap;html=1;rounded=1;" value="In loader for this route, generate the session" vertex="1">
          <mxGeometry height="60" width="120" x="17" y="244" as="geometry" />
        </mxCell>
        <mxCell id="pPH6oVQiPgVcm9OUePWL-15" edge="1" parent="1" source="pPH6oVQiPgVcm9OUePWL-12" style="edgeStyle=orthogonalEdgeStyle;rounded=0;orthogonalLoop=1;jettySize=auto;html=1;" target="pPH6oVQiPgVcm9OUePWL-14" value="">
          <mxGeometry relative="1" as="geometry" />
        </mxCell>
        <mxCell id="pPH6oVQiPgVcm9OUePWL-12" parent="1" style="whiteSpace=wrap;html=1;rounded=1;" value="Serialize and save the access token in cookie" vertex="1">
          <mxGeometry height="60" width="120" x="17" y="384" as="geometry" />
        </mxCell>
        <mxCell id="pPH6oVQiPgVcm9OUePWL-17" edge="1" parent="1" source="pPH6oVQiPgVcm9OUePWL-14" style="edgeStyle=orthogonalEdgeStyle;rounded=0;orthogonalLoop=1;jettySize=auto;html=1;" target="pPH6oVQiPgVcm9OUePWL-16" value="">
          <mxGeometry relative="1" as="geometry" />
        </mxCell>
        <mxCell id="pPH6oVQiPgVcm9OUePWL-14" parent="1" style="whiteSpace=wrap;html=1;rounded=1;" value="redirect to /dashboard" vertex="1">
          <mxGeometry height="60" width="120" x="217" y="384" as="geometry" />
        </mxCell>
        <mxCell id="pPH6oVQiPgVcm9OUePWL-19" edge="1" parent="1" source="pPH6oVQiPgVcm9OUePWL-16" style="edgeStyle=orthogonalEdgeStyle;rounded=0;orthogonalLoop=1;jettySize=auto;html=1;" target="pPH6oVQiPgVcm9OUePWL-18" value="">
          <mxGeometry relative="1" as="geometry" />
        </mxCell>
        <mxCell id="pPH6oVQiPgVcm9OUePWL-16" parent="1" style="whiteSpace=wrap;html=1;rounded=1;" value="in dashboard loader, get the access token from the cookie and send it to client" vertex="1">
          <mxGeometry height="60" width="120" x="417" y="384" as="geometry" />
        </mxCell>
        <mxCell id="pPH6oVQiPgVcm9OUePWL-21" edge="1" parent="1" source="pPH6oVQiPgVcm9OUePWL-18" style="edgeStyle=orthogonalEdgeStyle;rounded=0;orthogonalLoop=1;jettySize=auto;html=1;" target="pPH6oVQiPgVcm9OUePWL-20" value="">
          <mxGeometry relative="1" as="geometry" />
        </mxCell>
        <mxCell id="pPH6oVQiPgVcm9OUePWL-18" parent="1" style="whiteSpace=wrap;html=1;rounded=1;" value="front-end creates the kc client with api_key and access_token.&amp;nbsp;&amp;nbsp;" vertex="1">
          <mxGeometry height="60" width="120" x="617" y="384" as="geometry" />
        </mxCell>
        <mxCell id="pPH6oVQiPgVcm9OUePWL-20" parent="1" style="whiteSpace=wrap;html=1;rounded=1;" value="use kc client for calling Kite APIs" vertex="1">
          <mxGeometry height="60" width="120" x="617" y="524" as="geometry" />
        </mxCell>
      </root>
    </mxGraphModel>
  </diagram>
  <diagram name="UI/UX" id="5MV4RERJIjpIYta4IkZD">
    <mxGraphModel dx="3134" dy="2189" grid="0" gridSize="10" guides="1" tooltips="1" connect="1" arrows="1" fold="1" page="0" pageScale="1" pageWidth="402" pageHeight="874" background="#ffffff" math="0" shadow="0">
      <root>
        <mxCell id="0" />
        <mxCell id="1" parent="0" />
        <mxCell id="ExlUUjPYo0Ii6ma58Pc_-14" parent="1" style="rounded=1;whiteSpace=wrap;html=1;" value="" vertex="1">
          <mxGeometry height="321" width="1097" x="-296" y="-20" as="geometry" />
        </mxCell>
        <mxCell id="ExlUUjPYo0Ii6ma58Pc_-13" parent="1" style="rounded=1;whiteSpace=wrap;html=1;" value="" vertex="1">
          <mxGeometry height="321" width="1097" x="-287" y="732" as="geometry" />
        </mxCell>
        <mxCell id="iMmVTYed4h1aN_pzg3ix-1" parent="1" style="text;html=1;whiteSpace=wrap;strokeColor=none;fillColor=none;align=center;verticalAlign=middle;rounded=0;fontStyle=1;fontSize=48;fontColor=light-dark(#7a7978, #ededed);" value="Net Qty." vertex="1">
          <mxGeometry height="59" width="60" x="-120" y="72" as="geometry" />
        </mxCell>
        <mxCell id="iMmVTYed4h1aN_pzg3ix-2" parent="1" style="text;html=1;whiteSpace=wrap;strokeColor=none;fillColor=none;align=center;verticalAlign=middle;rounded=0;fontStyle=1;fontSize=48;fontColor=light-dark(#7a7978, #ededed);" value="AVG. PRICE" vertex="1">
          <mxGeometry height="59" width="60" x="149" y="61" as="geometry" />
        </mxCell>
        <mxCell id="iMmVTYed4h1aN_pzg3ix-3" parent="1" style="text;html=1;whiteSpace=wrap;strokeColor=none;fillColor=none;align=center;verticalAlign=middle;rounded=0;fontStyle=1;fontSize=48;fontColor=light-dark(#7a7978, #ededed);" value="LTP" vertex="1">
          <mxGeometry height="59" width="60" x="418" y="61" as="geometry" />
        </mxCell>
        <mxCell id="iMmVTYed4h1aN_pzg3ix-4" parent="1" style="text;html=1;whiteSpace=wrap;strokeColor=none;fillColor=none;align=center;verticalAlign=middle;rounded=0;fontStyle=1;fontSize=48;fontColor=light-dark(#7a7978, #ededed);" value="PnL" vertex="1">
          <mxGeometry height="59" width="60" x="687" y="61" as="geometry" />
        </mxCell>
        <mxCell id="iMmVTYed4h1aN_pzg3ix-5" parent="1" style="text;html=1;whiteSpace=wrap;strokeColor=none;fillColor=none;align=center;verticalAlign=middle;rounded=0;fontSize=36;fontStyle=1" value="100" vertex="1">
          <mxGeometry height="30" width="60" x="-120" y="211" as="geometry" />
        </mxCell>
        <mxCell id="iMmVTYed4h1aN_pzg3ix-6" parent="1" style="text;html=1;whiteSpace=wrap;strokeColor=none;fillColor=none;align=center;verticalAlign=middle;rounded=0;fontSize=36;fontStyle=1" value="36.40" vertex="1">
          <mxGeometry height="30" width="60" x="149" y="211" as="geometry" />
        </mxCell>
        <mxCell id="iMmVTYed4h1aN_pzg3ix-7" parent="1" style="text;html=1;whiteSpace=wrap;strokeColor=none;fillColor=none;align=center;verticalAlign=middle;rounded=0;fontSize=36;fontStyle=1" value="37.45" vertex="1">
          <mxGeometry height="30" width="60" x="418" y="211" as="geometry" />
        </mxCell>
        <mxCell id="iMmVTYed4h1aN_pzg3ix-8" parent="1" style="text;html=1;whiteSpace=wrap;strokeColor=none;fillColor=none;align=center;verticalAlign=middle;rounded=0;fontSize=36;fontStyle=1" value="100" vertex="1">
          <mxGeometry height="30" width="60" x="687" y="211" as="geometry" />
        </mxCell>
        <mxCell id="7si3vGMUa6yKKs87A3T9-2" edge="1" parent="1" source="7si3vGMUa6yKKs87A3T9-1" style="edgeStyle=orthogonalEdgeStyle;rounded=0;orthogonalLoop=1;jettySize=auto;html=1;exitX=0.5;exitY=0;exitDx=0;exitDy=0;entryX=0;entryY=0.5;entryDx=0;entryDy=0;" target="iMmVTYed4h1aN_pzg3ix-5">
          <mxGeometry relative="1" as="geometry">
            <Array as="points">
              <mxPoint x="-283" y="227" />
              <mxPoint x="-139" y="227" />
            </Array>
            <mxPoint x="-139.09090909090924" y="259.27272727272725" as="targetPoint" />
          </mxGeometry>
        </mxCell>
        <mxCell id="7si3vGMUa6yKKs87A3T9-1" parent="1" style="text;html=1;whiteSpace=wrap;strokeColor=none;fillColor=none;align=center;verticalAlign=middle;rounded=0;fontStyle=1" value="Red color if negative, blue color if positive" vertex="1">
          <mxGeometry height="70" width="129" x="-347" y="453" as="geometry" />
        </mxCell>
        <mxCell id="7si3vGMUa6yKKs87A3T9-4" edge="1" parent="1" source="7si3vGMUa6yKKs87A3T9-3" style="edgeStyle=orthogonalEdgeStyle;rounded=0;orthogonalLoop=1;jettySize=auto;html=1;entryX=0.5;entryY=1;entryDx=0;entryDy=0;" target="iMmVTYed4h1aN_pzg3ix-8">
          <mxGeometry relative="1" as="geometry" />
        </mxCell>
        <mxCell id="7si3vGMUa6yKKs87A3T9-3" parent="1" style="text;html=1;whiteSpace=wrap;strokeColor=none;fillColor=none;align=center;verticalAlign=middle;rounded=0;fontStyle=1" value="Red color if negative, blue color if positive" vertex="1">
          <mxGeometry height="70" width="129" x="681" y="398" as="geometry" />
        </mxCell>
        <mxCell id="7si3vGMUa6yKKs87A3T9-5" parent="1" style="text;html=1;whiteSpace=wrap;strokeColor=none;fillColor=none;align=center;verticalAlign=middle;rounded=0;" value="Will receive the following props:&lt;br&gt;netQuantity: number;&lt;br&gt;&lt;div&gt;averagePrice: number&lt;/div&gt;&lt;div&gt;ltp: number;&lt;/div&gt;" vertex="1">
          <mxGeometry height="101" width="203" x="-25" y="355" as="geometry" />
        </mxCell>
        <mxCell id="7si3vGMUa6yKKs87A3T9-6" parent="1" style="text;html=1;whiteSpace=wrap;strokeColor=none;fillColor=none;align=center;verticalAlign=middle;rounded=0;" value="PnL needs to be calculated by the component" vertex="1">
          <mxGeometry height="101" width="203" x="-21" y="482" as="geometry" />
        </mxCell>
        <mxCell id="7si3vGMUa6yKKs87A3T9-7" parent="1" style="text;html=1;whiteSpace=wrap;strokeColor=none;fillColor=none;align=center;verticalAlign=middle;rounded=0;fontStyle=1;fontSize=48;fontColor=light-dark(#7a7978, #ededed);" value="Net Qty." vertex="1">
          <mxGeometry height="59" width="60" x="-186" y="816" as="geometry" />
        </mxCell>
        <mxCell id="7si3vGMUa6yKKs87A3T9-8" parent="1" style="text;html=1;whiteSpace=wrap;strokeColor=none;fillColor=none;align=center;verticalAlign=middle;rounded=0;fontStyle=1;fontSize=48;fontColor=light-dark(#7a7978, #ededed);" value="AVG. PRICE" vertex="1">
          <mxGeometry height="59" width="60" x="83" y="805" as="geometry" />
        </mxCell>
        <mxCell id="7si3vGMUa6yKKs87A3T9-9" parent="1" style="text;html=1;whiteSpace=wrap;strokeColor=none;fillColor=none;align=center;verticalAlign=middle;rounded=0;fontStyle=1;fontSize=48;fontColor=light-dark(#7a7978, #ededed);" value="LTP" vertex="1">
          <mxGeometry height="59" width="60" x="352" y="805" as="geometry" />
        </mxCell>
        <mxCell id="7si3vGMUa6yKKs87A3T9-10" parent="1" style="text;html=1;whiteSpace=wrap;strokeColor=none;fillColor=none;align=center;verticalAlign=middle;rounded=0;fontStyle=1;fontSize=48;fontColor=light-dark(#7a7978, #ededed);" value="PnL" vertex="1">
          <mxGeometry height="59" width="60" x="621" y="805" as="geometry" />
        </mxCell>
        <mxCell id="7si3vGMUa6yKKs87A3T9-11" parent="1" style="text;html=1;whiteSpace=wrap;strokeColor=none;fillColor=none;align=center;verticalAlign=middle;rounded=0;fontSize=18;fontStyle=1" value="{props.netQuantity}" vertex="1">
          <mxGeometry height="30" width="60" x="-186" y="955" as="geometry" />
        </mxCell>
        <mxCell id="7si3vGMUa6yKKs87A3T9-12" parent="1" style="text;html=1;whiteSpace=wrap;strokeColor=none;fillColor=none;align=center;verticalAlign=middle;rounded=0;fontSize=18;fontStyle=1" value="&lt;div&gt;{props.averagePrice}&lt;/div&gt;" vertex="1">
          <mxGeometry height="30" width="60" x="83" y="955" as="geometry" />
        </mxCell>
        <mxCell id="7si3vGMUa6yKKs87A3T9-13" parent="1" style="text;html=1;whiteSpace=wrap;strokeColor=none;fillColor=none;align=center;verticalAlign=middle;rounded=0;fontSize=18;fontStyle=1" value="{props.ltp}" vertex="1">
          <mxGeometry height="30" width="60" x="352" y="955" as="geometry" />
        </mxCell>
        <mxCell id="7si3vGMUa6yKKs87A3T9-14" parent="1" style="text;html=1;whiteSpace=wrap;strokeColor=none;fillColor=none;align=center;verticalAlign=middle;rounded=0;fontSize=18;fontStyle=1" value="{pnl}" vertex="1">
          <mxGeometry height="30" width="60" x="621" y="955" as="geometry" />
        </mxCell>
        <mxCell id="ExlUUjPYo0Ii6ma58Pc_-1" parent="1" style="rounded=1;whiteSpace=wrap;html=1;" value="" vertex="1">
          <mxGeometry height="321" width="1253" x="-202" y="1234" as="geometry" />
        </mxCell>
        <mxCell id="ExlUUjPYo0Ii6ma58Pc_-2" parent="1" style="text;html=1;whiteSpace=wrap;strokeColor=none;fillColor=none;align=center;verticalAlign=middle;rounded=0;fontStyle=1;fontSize=48;fontColor=light-dark(#7a7978, #ededed);" value="Total Margin" vertex="1">
          <mxGeometry height="59" width="168" x="-154" y="1292" as="geometry" />
        </mxCell>
        <mxCell id="ExlUUjPYo0Ii6ma58Pc_-3" parent="1" style="text;html=1;whiteSpace=wrap;strokeColor=none;fillColor=none;align=center;verticalAlign=middle;rounded=0;fontStyle=1;fontSize=48;fontColor=light-dark(#7a7978, #ededed);" value="Utilized Margin" vertex="1">
          <mxGeometry height="59" width="168" x="330" y="1295" as="geometry" />
        </mxCell>
        <mxCell id="ExlUUjPYo0Ii6ma58Pc_-4" parent="1" style="text;html=1;whiteSpace=wrap;strokeColor=none;fillColor=none;align=center;verticalAlign=middle;rounded=0;fontStyle=1;fontSize=48;fontColor=light-dark(#7a7978, #ededed);" value="Net Margin" vertex="1">
          <mxGeometry height="59" width="168" x="813" y="1289" as="geometry" />
        </mxCell>
        <mxCell id="ExlUUjPYo0Ii6ma58Pc_-5" parent="1" style="text;html=1;whiteSpace=wrap;strokeColor=none;fillColor=none;align=center;verticalAlign=middle;rounded=0;fontSize=42;" value="₹2000" vertex="1">
          <mxGeometry height="30" width="60" x="-100" y="1412" as="geometry" />
        </mxCell>
        <mxCell id="ExlUUjPYo0Ii6ma58Pc_-7" parent="1" style="text;html=1;whiteSpace=wrap;strokeColor=none;fillColor=none;align=center;verticalAlign=middle;rounded=0;fontSize=42;" value="₹200" vertex="1">
          <mxGeometry height="30" width="60" x="384" y="1412" as="geometry" />
        </mxCell>
        <mxCell id="ExlUUjPYo0Ii6ma58Pc_-8" parent="1" style="text;html=1;whiteSpace=wrap;strokeColor=none;fillColor=none;align=center;verticalAlign=middle;rounded=0;fontSize=42;" value="₹1800" vertex="1">
          <mxGeometry height="30" width="60" x="867" y="1412" as="geometry" />
        </mxCell>
        <mxCell id="ExlUUjPYo0Ii6ma58Pc_-9" parent="1" style="html=1;shadow=0;dashed=0;shape=mxgraph.bootstrap.rrect;rSize=5;fillColor=#E9ECEF;strokeColor=none;" value="" vertex="1">
          <mxGeometry height="20" width="800" x="24.5" y="1507" as="geometry" />
        </mxCell>
        <mxCell id="ExlUUjPYo0Ii6ma58Pc_-10" parent="ExlUUjPYo0Ii6ma58Pc_-9" style="html=1;shadow=0;dashed=0;shape=mxgraph.bootstrap.leftButton;rSize=5;fillColor=#1CA5B8;strokeColor=none;resizeHeight=1;" value="" vertex="1">
          <mxGeometry height="20" relative="1" width="250" as="geometry" />
        </mxCell>
        <mxCell id="ExlUUjPYo0Ii6ma58Pc_-11" parent="1" style="text;html=1;whiteSpace=wrap;strokeColor=none;fillColor=none;align=center;verticalAlign=middle;rounded=0;fontSize=24;" value="The max value on the progress bar is the total margin and the filled in part is the utilized margin" vertex="1">
          <mxGeometry height="92" width="269" x="175" y="1620" as="geometry" />
        </mxCell>
        <mxCell id="ExlUUjPYo0Ii6ma58Pc_-12" edge="1" parent="1" source="ExlUUjPYo0Ii6ma58Pc_-11" style="edgeStyle=orthogonalEdgeStyle;rounded=0;orthogonalLoop=1;jettySize=auto;html=1;exitX=0.5;exitY=0;exitDx=0;exitDy=0;entryX=0.412;entryY=0.999;entryDx=0;entryDy=0;entryPerimeter=0;" target="ExlUUjPYo0Ii6ma58Pc_-1">
          <mxGeometry relative="1" as="geometry" />
        </mxCell>
      </root>
    </mxGraphModel>
  </diagram>
  <diagram id="dmkDPsUycKQvBsQ4H3Di" name="Kite-Fly-Ticker-Architecture">
    <mxGraphModel dx="1357" dy="626" grid="0" gridSize="10" guides="1" tooltips="1" connect="1" arrows="1" fold="1" page="0" pageScale="1" pageWidth="402" pageHeight="874" math="0" shadow="0">
      <root>
        <mxCell id="0" />
        <mxCell id="1" parent="0" />
        <mxCell id="FDZGNOtkY16CQce4NqAR-3" edge="1" parent="1" source="FDZGNOtkY16CQce4NqAR-1" style="edgeStyle=orthogonalEdgeStyle;rounded=0;orthogonalLoop=1;jettySize=auto;html=1;" target="FDZGNOtkY16CQce4NqAR-2" value="">
          <mxGeometry relative="1" as="geometry" />
        </mxCell>
        <mxCell id="FDZGNOtkY16CQce4NqAR-1" parent="1" style="rounded=1;whiteSpace=wrap;html=1;" value="Client posts a request - for example:&lt;br&gt;&lt;div&gt;&lt;br&gt;&lt;/div&gt;&lt;br&gt;&lt;div&gt;fetch(&quot;http://localhost:3000/api/ltp&quot;, () =&amp;gt; {&lt;/div&gt;&lt;div&gt;method: &quot;POST&quot;,&lt;/div&gt;&lt;div&gt;body: JSON.stringify({&lt;/div&gt;&lt;div&gt;instrument: &quot;WIPRO&quot;,&lt;br&gt;ltp: 128.10&lt;/div&gt;&lt;div&gt;})&lt;/div&gt;&lt;div&gt;})&lt;br&gt;&lt;br&gt;The call is made from another site - for ex. https://kite.zerodha.com&lt;/div&gt;" vertex="1">
          <mxGeometry height="236" width="345" x="-33" y="45" as="geometry" />
        </mxCell>
        <mxCell id="FDZGNOtkY16CQce4NqAR-5" edge="1" parent="1" source="FDZGNOtkY16CQce4NqAR-2" style="edgeStyle=orthogonalEdgeStyle;rounded=0;orthogonalLoop=1;jettySize=auto;html=1;" target="FDZGNOtkY16CQce4NqAR-4" value="">
          <mxGeometry relative="1" as="geometry" />
        </mxCell>
        <mxCell id="FDZGNOtkY16CQce4NqAR-2" parent="1" style="whiteSpace=wrap;html=1;rounded=1;" value="SERVER" vertex="1">
          <mxGeometry height="60" width="120" x="504.5" y="98.5" as="geometry" />
        </mxCell>
        <mxCell id="FDZGNOtkY16CQce4NqAR-8" edge="1" parent="1" source="FDZGNOtkY16CQce4NqAR-4" style="edgeStyle=orthogonalEdgeStyle;rounded=0;orthogonalLoop=1;jettySize=auto;html=1;exitX=0.75;exitY=1;exitDx=0;exitDy=0;entryX=1;entryY=0.75;entryDx=0;entryDy=0;" target="FDZGNOtkY16CQce4NqAR-6">
          <mxGeometry relative="1" as="geometry" />
        </mxCell>
        <mxCell id="FDZGNOtkY16CQce4NqAR-4" parent="1" style="whiteSpace=wrap;html=1;rounded=1;" value="Websocket" vertex="1">
          <mxGeometry height="60" width="120" x="504.5" y="265" as="geometry" />
        </mxCell>
        <mxCell id="FDZGNOtkY16CQce4NqAR-7" edge="1" parent="1" source="FDZGNOtkY16CQce4NqAR-6" style="edgeStyle=orthogonalEdgeStyle;rounded=0;orthogonalLoop=1;jettySize=auto;html=1;entryX=0.5;entryY=1;entryDx=0;entryDy=0;" target="FDZGNOtkY16CQce4NqAR-4">
          <mxGeometry relative="1" as="geometry" />
        </mxCell>
        <mxCell id="FDZGNOtkY16CQce4NqAR-6" parent="1" style="rounded=1;whiteSpace=wrap;html=1;" value="On another client,&lt;div&gt;new Websocket()&lt;/div&gt;// receive the data which is sent from /api/ltp" vertex="1">
          <mxGeometry height="167" width="345" x="1" y="392" as="geometry" />
        </mxCell>
      </root>
    </mxGraphModel>
  </diagram>
</mxfile>
